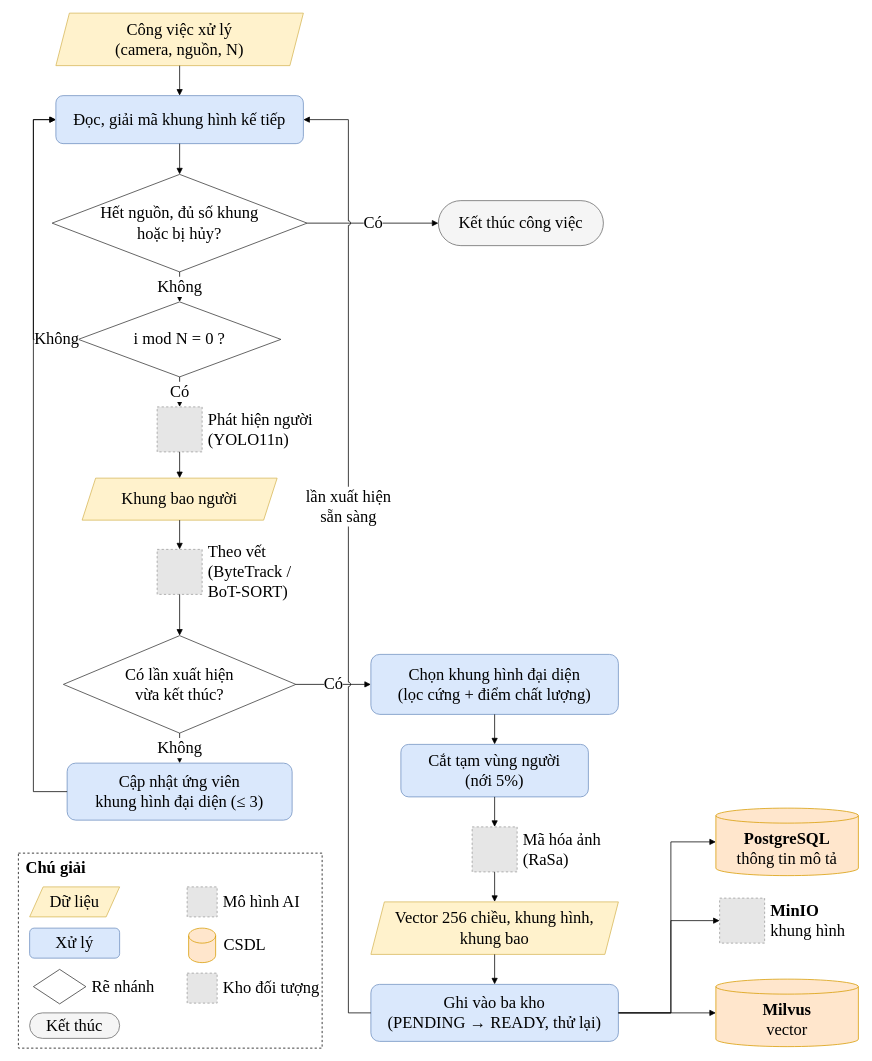
huy-nguyencong/capstone_project_new keeps this draw.io diagram as report/thesis/figures/H3-luu-do-xu-ly-camera.drawio. Above is the earlier version. Source tidied: cells renumbered, new cells numbered last; positions are measured from the earlier drawing's top-left corner, leaving out a move shared by most shapes. Both pictures are drawn from the tidied source at 75%, with x=0, y=0 at pixel (18, 13). Pictures stored in the file or linked from it are replaced by grey dashed boxes.
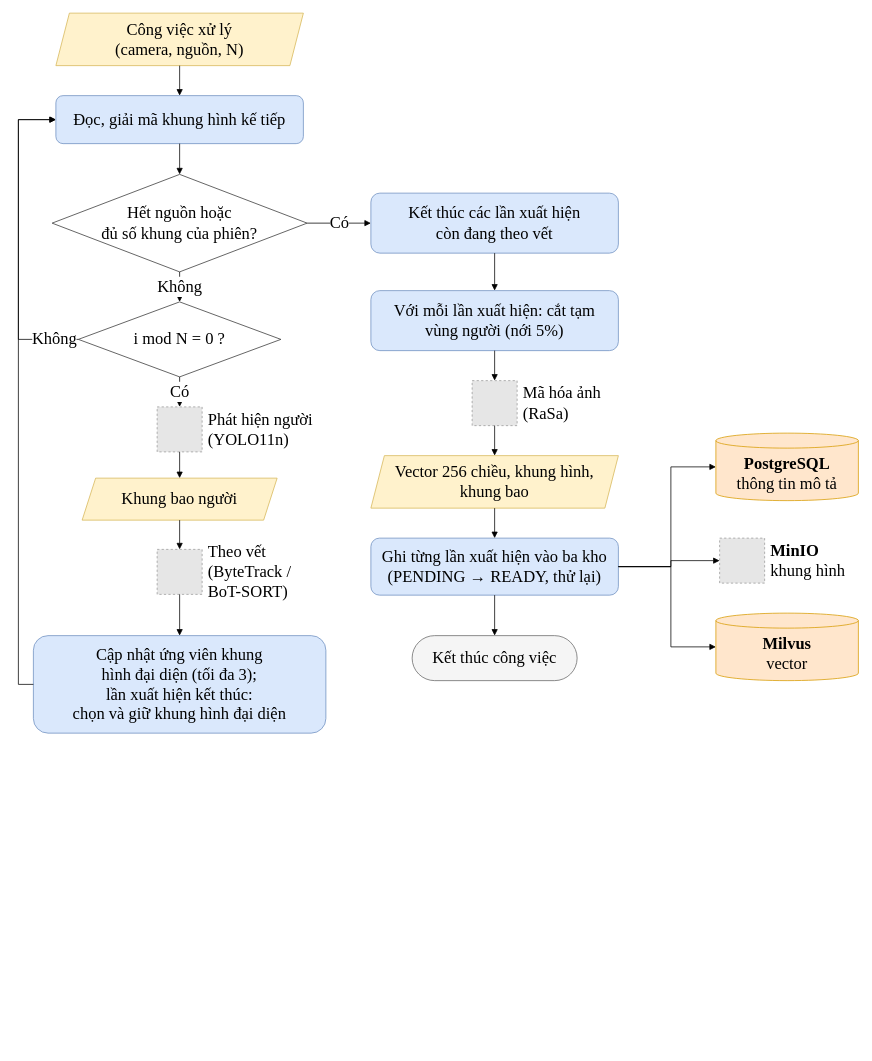
After the change.

Unchanged cells that the change refers to:
```xml
<mxCell id="3" value="Đọc, giải mã khung hình kế tiếp" style="rounded=1;whiteSpace=wrap;html=1;fillColor=#DAE8FC;strokeColor=#6C8EBF;fontFamily=Times New Roman;fontSize=22;" parent="1" vertex="1">
  <mxGeometry x="50" y="110" width="330" height="64" as="geometry" />
</mxCell>
<mxCell id="5" value="i mod N = 0 ?" style="rhombus;whiteSpace=wrap;html=1;fillColor=#FFFFFF;strokeColor=#333333;fontFamily=Times New Roman;fontSize=22;" parent="1" vertex="1">
  <mxGeometry x="80" y="385" width="270" height="100" as="geometry" />
</mxCell>
<mxCell id="8" value="Theo vết&lt;br&gt;(ByteTrack /&lt;br&gt;BoT-SORT)" style="fillColor=#E6E6E6;strokeColor=#999999;dashed=1;html=1;labelPosition=right;verticalLabelPosition=middle;align=left;verticalAlign=middle;spacingLeft=6;fontFamily=Times New Roman;fontSize=22;" parent="1" vertex="1">
  <mxGeometry x="185" y="715" width="60" height="60" as="geometry" />
</mxCell>
```

The edit, as a diff of the source:
```diff
@@
-    <mxCell id="4" value="Hết nguồn, đủ số khung&lt;br&gt;hoặc bị hủy?" style="rhombus;whiteSpace=wrap;html=1;fillColor=#FFFFFF;strokeColor=#333333;fontFamily=Times New Roman;fontSize=22;" parent="1" vertex="1">
+    <mxCell id="4" value="Hết nguồn hoặc&lt;br&gt;đủ số khung của phiên?" style="rhombus;whiteSpace=wrap;html=1;fillColor=#FFFFFF;strokeColor=#333333;fontFamily=Times New Roman;fontSize=22;" parent="1" vertex="1">
       <mxGeometry x="45" y="215" width="340" height="130" as="geometry" />
     </mxCell>
@@
-    <mxCell id="9" value="Có lần xuất hiện&lt;br&gt;vừa kết thúc?" style="rhombus;whiteSpace=wrap;html=1;fillColor=#FFFFFF;strokeColor=#333333;fontFamily=Times New Roman;fontSize=22;" parent="1" vertex="1">
-      <mxGeometry x="60" y="830" width="310" height="130" as="geometry" />
-    </mxCell>
-    <mxCell id="10" value="Cập nhật ứng viên&lt;br&gt;khung hình đại diện (≤ 3)" style="rounded=1;whiteSpace=wrap;html=1;fillColor=#DAE8FC;strokeColor=#6C8EBF;fontFamily=Times New Roman;fontSize=22;" parent="1" vertex="1">
-      <mxGeometry x="65" y="1000" width="300" height="76" as="geometry" />
+    <mxCell id="10" value="Cập nhật ứng viên khung&lt;br&gt;hình đại diện (tối đa 3);&lt;br&gt;lần xuất hiện kết thúc:&lt;br&gt;chọn và giữ khung hình đại diện" style="rounded=1;whiteSpace=wrap;html=1;fillColor=#DAE8FC;strokeColor=#6C8EBF;fontFamily=Times New Roman;fontSize=22;" parent="1" vertex="1">
+      <mxGeometry x="20" y="830" width="390" height="130" as="geometry" />
     </mxCell>
-    <mxCell id="11" value="Kết thúc công việc" style="rounded=1;arcSize=50;whiteSpace=wrap;html=1;fillColor=#F5F5F5;strokeColor=#666666;fontFamily=Times New Roman;fontSize=22;" parent="1" vertex="1">
-      <mxGeometry x="560" y="250" width="220" height="60" as="geometry" />
-    </mxCell>
+    <mxCell id="50" value="Kết thúc các lần xuất hiện&lt;br&gt;còn đang theo vết" style="rounded=1;whiteSpace=wrap;html=1;fillColor=#DAE8FC;strokeColor=#6C8EBF;fontFamily=Times New Roman;fontSize=22;" parent="1" vertex="1">
+      <mxGeometry x="470" y="240" width="330" height="80" as="geometry" />
+    </mxCell>
-    <mxCell id="12" value="Chọn khung hình đại diện&lt;br&gt;(lọc cứng + điểm chất lượng)" style="rounded=1;whiteSpace=wrap;html=1;fillColor=#DAE8FC;strokeColor=#6C8EBF;fontFamily=Times New Roman;fontSize=22;" parent="1" vertex="1">
-      <mxGeometry x="470" y="855" width="330" height="80" as="geometry" />
+    <mxCell id="12" value="Với mỗi lần xuất hiện: cắt tạm&lt;br&gt;vùng người (nới 5%)" style="rounded=1;whiteSpace=wrap;html=1;fillColor=#DAE8FC;strokeColor=#6C8EBF;fontFamily=Times New Roman;fontSize=22;" parent="1" vertex="1">
+      <mxGeometry x="470" y="370" width="330" height="80" as="geometry" />
     </mxCell>
-    <mxCell id="13" value="Cắt tạm vùng người&lt;br&gt;(nới 5%)" style="rounded=1;whiteSpace=wrap;html=1;fillColor=#DAE8FC;strokeColor=#6C8EBF;fontFamily=Times New Roman;fontSize=22;" parent="1" vertex="1">
-      <mxGeometry x="510" y="975" width="250" height="70" as="geometry" />
-    </mxCell>
     <mxCell id="14" value="Mã hóa ảnh&lt;br&gt;(RaSa)" style="fillColor=#E6E6E6;strokeColor=#999999;dashed=1;html=1;labelPosition=right;verticalLabelPosition=middle;align=left;verticalAlign=middle;spacingLeft=6;fontFamily=Times New Roman;fontSize=22;" parent="1" vertex="1">
-      <mxGeometry x="605" y="1085" width="60" height="60" as="geometry" />
+      <mxGeometry x="605" y="490" width="60" height="60" as="geometry" />
     </mxCell>
     <mxCell id="15" value="Vector 256 chiều, khung hình,&lt;br&gt;khung bao" style="shape=parallelogram;perimeter=parallelogramPerimeter;whiteSpace=wrap;html=1;fixedSize=1;size=18;fillColor=#FFF2CC;strokeColor=#D6B656;fontFamily=Times New Roman;fontSize=22;" parent="1" vertex="1">
-      <mxGeometry x="470" y="1185" width="330" height="70" as="geometry" />
+      <mxGeometry x="470" y="590" width="330" height="70" as="geometry" />
     </mxCell>
-    <mxCell id="16" value="Ghi vào ba kho&lt;br&gt;(PENDING → READY, thử lại)" style="rounded=1;whiteSpace=wrap;html=1;fillColor=#DAE8FC;strokeColor=#6C8EBF;fontFamily=Times New Roman;fontSize=22;" parent="1" vertex="1">
-      <mxGeometry x="470" y="1295" width="330" height="76" as="geometry" />
+    <mxCell id="16" value="Ghi từng lần xuất hiện vào ba kho&lt;br&gt;(PENDING → READY, thử lại)" style="rounded=1;whiteSpace=wrap;html=1;fillColor=#DAE8FC;strokeColor=#6C8EBF;fontFamily=Times New Roman;fontSize=22;" parent="1" vertex="1">
+      <mxGeometry x="470" y="700" width="330" height="76" as="geometry" />
     </mxCell>
+    <mxCell id="11" value="Kết thúc công việc" style="rounded=1;arcSize=50;whiteSpace=wrap;html=1;fillColor=#F5F5F5;strokeColor=#666666;fontFamily=Times New Roman;fontSize=22;" parent="1" vertex="1">
+      <mxGeometry x="525" y="830" width="220" height="60" as="geometry" />
+    </mxCell>
     <mxCell id="17" value="&lt;b&gt;PostgreSQL&lt;/b&gt;&lt;br&gt;thông tin mô tả" style="shape=cylinder3;whiteSpace=wrap;html=1;boundedLbl=1;size=10;fillColor=#FFE6CC;strokeColor=#D79B00;fontFamily=Times New Roman;fontSize=22;" parent="1" vertex="1">
-      <mxGeometry x="930" y="1060" width="190" height="90" as="geometry" />
+      <mxGeometry x="930" y="560" width="190" height="90" as="geometry" />
     </mxCell>
     <mxCell id="18" value="&lt;b&gt;MinIO&lt;/b&gt;&lt;br&gt;khung hình" style="fillColor=#E6E6E6;strokeColor=#999999;dashed=1;html=1;labelPosition=right;verticalLabelPosition=middle;align=left;verticalAlign=middle;spacingLeft=6;fontFamily=Times New Roman;fontSize=22;" parent="1" vertex="1">
-      <mxGeometry x="935" y="1180" width="60" height="60" as="geometry" />
+      <mxGeometry x="935" y="700" width="60" height="60" as="geometry" />
     </mxCell>
     <mxCell id="19" value="&lt;b&gt;Milvus&lt;/b&gt;&lt;br&gt;vector" style="shape=cylinder3;whiteSpace=wrap;html=1;boundedLbl=1;size=10;fillColor=#FFE6CC;strokeColor=#D79B00;fontFamily=Times New Roman;fontSize=22;" parent="1" vertex="1">
-      <mxGeometry x="930" y="1288" width="190" height="90" as="geometry" />
+      <mxGeometry x="930" y="800" width="190" height="90" as="geometry" />
     </mxCell>
@@
-    <mxCell id="22" value="Có" style="endArrow=block;endFill=1;html=1;rounded=0;edgeStyle=orthogonalEdgeStyle;labelBackgroundColor=#ffffff;jumpStyle=arc;exitX=1;exitY=0.5;exitDx=0;exitDy=0;entryX=0;entryY=0.5;entryDx=0;entryDy=0;fontFamily=Times New Roman;fontSize=22;" parent="1" edge="1" source="4" target="11">
+    <mxCell id="22" value="Có" style="endArrow=block;endFill=1;html=1;rounded=0;edgeStyle=orthogonalEdgeStyle;labelBackgroundColor=#ffffff;jumpStyle=arc;exitX=1;exitY=0.5;exitDx=0;exitDy=0;entryX=0;entryY=0.5;entryDx=0;entryDy=0;fontFamily=Times New Roman;fontSize=22;" parent="1" edge="1" source="4" target="50">
       <mxGeometry relative="1" as="geometry" />
     </mxCell>
@@
     <mxCell id="24" value="Không" style="endArrow=block;endFill=1;html=1;rounded=0;edgeStyle=orthogonalEdgeStyle;labelBackgroundColor=#ffffff;jumpStyle=arc;exitX=0;exitY=0.5;exitDx=0;exitDy=0;entryX=0;entryY=0.5;entryDx=0;entryDy=0;fontFamily=Times New Roman;fontSize=22;" parent="1" edge="1" source="5" target="3">
       <mxGeometry x="-0.85" relative="1" as="geometry">
         <Array as="points">
-          <mxPoint x="20" y="435" />
-          <mxPoint x="20" y="142" />
+          <mxPoint y="435" />
+          <mxPoint y="142" />
         </Array>
       </mxGeometry>
     </mxCell>
@@
-    <mxCell id="28" style="endArrow=block;endFill=1;html=1;rounded=0;edgeStyle=orthogonalEdgeStyle;labelBackgroundColor=#ffffff;jumpStyle=arc;exitX=0.5;exitY=1;exitDx=0;exitDy=0;entryX=0.5;entryY=0;entryDx=0;entryDy=0;fontFamily=Times New Roman;fontSize=22;" parent="1" edge="1" source="8" target="9">
+    <mxCell id="28" style="endArrow=block;endFill=1;html=1;rounded=0;edgeStyle=orthogonalEdgeStyle;labelBackgroundColor=#ffffff;jumpStyle=arc;exitX=0.5;exitY=1;exitDx=0;exitDy=0;entryX=0.5;entryY=0;entryDx=0;entryDy=0;fontFamily=Times New Roman;fontSize=22;" parent="1" edge="1" source="8" target="10">
       <mxGeometry relative="1" as="geometry" />
     </mxCell>
-    <mxCell id="29" value="Không" style="endArrow=block;endFill=1;html=1;rounded=0;edgeStyle=orthogonalEdgeStyle;labelBackgroundColor=#ffffff;jumpStyle=arc;exitX=0.5;exitY=1;exitDx=0;exitDy=0;entryX=0.5;entryY=0;entryDx=0;entryDy=0;fontFamily=Times New Roman;fontSize=22;" parent="1" edge="1" source="9" target="10">
-      <mxGeometry relative="1" as="geometry" />
+    <mxCell id="29" style="endArrow=block;endFill=1;html=1;rounded=0;edgeStyle=orthogonalEdgeStyle;labelBackgroundColor=#ffffff;jumpStyle=arc;exitX=0;exitY=0.5;exitDx=0;exitDy=0;entryX=0;entryY=0.5;entryDx=0;entryDy=0;fontFamily=Times New Roman;fontSize=22;" parent="1" edge="1" source="10" target="3">
+      <mxGeometry relative="1" as="geometry">
+        <Array as="points">
+          <mxPoint y="895" />
+          <mxPoint y="142" />
+        </Array>
+      </mxGeometry>
     </mxCell>
-    <mxCell id="30" style="endArrow=block;endFill=1;html=1;rounded=0;edgeStyle=orthogonalEdgeStyle;labelBackgroundColor=#ffffff;jumpStyle=arc;exitX=0;exitY=0.5;exitDx=0;exitDy=0;entryX=0;entryY=0.5;entryDx=0;entryDy=0;fontFamily=Times New Roman;fontSize=22;" parent="1" edge="1" source="10" target="3">
-      <mxGeometry relative="1" as="geometry">
-        <Array as="points">
-          <mxPoint x="20" y="1038" />
-          <mxPoint x="20" y="142" />
-        </Array>
-      </mxGeometry>
+    <mxCell id="30" style="endArrow=block;endFill=1;html=1;rounded=0;edgeStyle=orthogonalEdgeStyle;labelBackgroundColor=#ffffff;jumpStyle=arc;exitX=0.5;exitY=1;exitDx=0;exitDy=0;entryX=0.5;entryY=0;entryDx=0;entryDy=0;fontFamily=Times New Roman;fontSize=22;" parent="1" edge="1" source="50" target="12">
+      <mxGeometry relative="1" as="geometry" />
     </mxCell>
-    <mxCell id="31" value="Có" style="endArrow=block;endFill=1;html=1;rounded=0;edgeStyle=orthogonalEdgeStyle;labelBackgroundColor=#ffffff;jumpStyle=arc;exitX=1;exitY=0.5;exitDx=0;exitDy=0;entryX=0;entryY=0.5;entryDx=0;entryDy=0;fontFamily=Times New Roman;fontSize=22;" parent="1" edge="1" source="9" target="12">
+    <mxCell id="31" style="endArrow=block;endFill=1;html=1;rounded=0;edgeStyle=orthogonalEdgeStyle;labelBackgroundColor=#ffffff;jumpStyle=arc;exitX=0.5;exitY=1;exitDx=0;exitDy=0;entryX=0.5;entryY=0;entryDx=0;entryDy=0;fontFamily=Times New Roman;fontSize=22;" parent="1" edge="1" source="12" target="14">
       <mxGeometry relative="1" as="geometry" />
     </mxCell>
-    <mxCell id="32" style="endArrow=block;endFill=1;html=1;rounded=0;edgeStyle=orthogonalEdgeStyle;labelBackgroundColor=#ffffff;jumpStyle=arc;exitX=0.5;exitY=1;exitDx=0;exitDy=0;entryX=0.5;entryY=0;entryDx=0;entryDy=0;fontFamily=Times New Roman;fontSize=22;" parent="1" edge="1" source="12" target="13">
+    <mxCell id="32" style="endArrow=block;endFill=1;html=1;rounded=0;edgeStyle=orthogonalEdgeStyle;labelBackgroundColor=#ffffff;jumpStyle=arc;exitX=0.5;exitY=1;exitDx=0;exitDy=0;entryX=0.5;entryY=0;entryDx=0;entryDy=0;fontFamily=Times New Roman;fontSize=22;" parent="1" edge="1" source="14" target="15">
       <mxGeometry relative="1" as="geometry" />
     </mxCell>
-    <mxCell id="33" style="endArrow=block;endFill=1;html=1;rounded=0;edgeStyle=orthogonalEdgeStyle;labelBackgroundColor=#ffffff;jumpStyle=arc;exitX=0.5;exitY=1;exitDx=0;exitDy=0;entryX=0.5;entryY=0;entryDx=0;entryDy=0;fontFamily=Times New Roman;fontSize=22;" parent="1" edge="1" source="13" target="14">
+    <mxCell id="33" style="endArrow=block;endFill=1;html=1;rounded=0;edgeStyle=orthogonalEdgeStyle;labelBackgroundColor=#ffffff;jumpStyle=arc;exitX=0.5;exitY=1;exitDx=0;exitDy=0;entryX=0.5;entryY=0;entryDx=0;entryDy=0;fontFamily=Times New Roman;fontSize=22;" parent="1" edge="1" source="15" target="16">
       <mxGeometry relative="1" as="geometry" />
     </mxCell>
-    <mxCell id="34" style="endArrow=block;endFill=1;html=1;rounded=0;edgeStyle=orthogonalEdgeStyle;labelBackgroundColor=#ffffff;jumpStyle=arc;exitX=0.5;exitY=1;exitDx=0;exitDy=0;entryX=0.5;entryY=0;entryDx=0;entryDy=0;fontFamily=Times New Roman;fontSize=22;" parent="1" edge="1" source="14" target="15">
+    <mxCell id="34" style="endArrow=block;endFill=1;html=1;rounded=0;edgeStyle=orthogonalEdgeStyle;labelBackgroundColor=#ffffff;jumpStyle=arc;exitX=0.5;exitY=1;exitDx=0;exitDy=0;entryX=0.5;entryY=0;entryDx=0;entryDy=0;fontFamily=Times New Roman;fontSize=22;" parent="1" edge="1" source="16" target="11">
       <mxGeometry relative="1" as="geometry" />
     </mxCell>
-    <mxCell id="35" style="endArrow=block;endFill=1;html=1;rounded=0;edgeStyle=orthogonalEdgeStyle;labelBackgroundColor=#ffffff;jumpStyle=arc;exitX=0.5;exitY=1;exitDx=0;exitDy=0;entryX=0.5;entryY=0;entryDx=0;entryDy=0;fontFamily=Times New Roman;fontSize=22;" parent="1" edge="1" source="15" target="16">
-      <mxGeometry relative="1" as="geometry" />
+    <mxCell id="35" style="endArrow=block;endFill=1;html=1;rounded=0;edgeStyle=orthogonalEdgeStyle;labelBackgroundColor=#ffffff;jumpStyle=arc;exitX=1;exitY=0.5;exitDx=0;exitDy=0;entryX=0;entryY=0.5;entryDx=0;entryDy=0;fontFamily=Times New Roman;fontSize=22;" parent="1" edge="1" source="16" target="17">
+      <mxGeometry relative="1" as="geometry">
+        <Array as="points">
+          <mxPoint x="870" y="738" />
+          <mxPoint x="870" y="605" />
+        </Array>
+      </mxGeometry>
     </mxCell>
-    <mxCell id="36" style="endArrow=block;endFill=1;html=1;rounded=0;edgeStyle=orthogonalEdgeStyle;labelBackgroundColor=#ffffff;jumpStyle=arc;exitX=1;exitY=0.5;exitDx=0;exitDy=0;entryX=0;entryY=0.5;entryDx=0;entryDy=0;fontFamily=Times New Roman;fontSize=22;" parent="1" edge="1" source="16" target="17">
+    <mxCell id="36" style="endArrow=block;endFill=1;html=1;rounded=0;edgeStyle=orthogonalEdgeStyle;labelBackgroundColor=#ffffff;jumpStyle=arc;exitX=1;exitY=0.5;exitDx=0;exitDy=0;entryX=0;entryY=0.5;entryDx=0;entryDy=0;fontFamily=Times New Roman;fontSize=22;" parent="1" edge="1" source="16" target="18">
       <mxGeometry relative="1" as="geometry">
         <Array as="points">
-          <mxPoint x="870" y="1333" />
-          <mxPoint x="870" y="1105" />
+          <mxPoint x="870" y="738" />
+          <mxPoint x="870" y="730" />
         </Array>
       </mxGeometry>
     </mxCell>
-    <mxCell id="37" style="endArrow=block;endFill=1;html=1;rounded=0;edgeStyle=orthogonalEdgeStyle;labelBackgroundColor=#ffffff;jumpStyle=arc;exitX=1;exitY=0.5;exitDx=0;exitDy=0;entryX=0;entryY=0.5;entryDx=0;entryDy=0;fontFamily=Times New Roman;fontSize=22;" parent="1" edge="1" source="16" target="18">
+    <mxCell id="37" style="endArrow=block;endFill=1;html=1;rounded=0;edgeStyle=orthogonalEdgeStyle;labelBackgroundColor=#ffffff;jumpStyle=arc;exitX=1;exitY=0.5;exitDx=0;exitDy=0;entryX=0;entryY=0.5;entryDx=0;entryDy=0;fontFamily=Times New Roman;fontSize=22;" parent="1" edge="1" source="16" target="19">
       <mxGeometry relative="1" as="geometry">
         <Array as="points">
-          <mxPoint x="870" y="1333" />
-          <mxPoint x="870" y="1210" />
+          <mxPoint x="870" y="738" />
+          <mxPoint x="870" y="845" />
         </Array>
       </mxGeometry>
     </mxCell>
-    <mxCell id="38" style="endArrow=block;endFill=1;html=1;rounded=0;edgeStyle=orthogonalEdgeStyle;labelBackgroundColor=#ffffff;jumpStyle=arc;exitX=1;exitY=0.5;exitDx=0;exitDy=0;entryX=0;entryY=0.5;entryDx=0;entryDy=0;fontFamily=Times New Roman;fontSize=22;" parent="1" edge="1" source="16" target="19">
-      <mxGeometry relative="1" as="geometry" />
-    </mxCell>
-    <mxCell id="39" value="lần xuất hiện&lt;br&gt;sẵn sàng" style="endArrow=block;endFill=1;html=1;rounded=0;edgeStyle=orthogonalEdgeStyle;labelBackgroundColor=#ffffff;jumpStyle=arc;exitX=0;exitY=0.5;exitDx=0;exitDy=0;entryX=1;entryY=0.5;entryDx=0;entryDy=0;fontFamily=Times New Roman;fontSize=22;" parent="1" edge="1" source="16" target="3">
-      <mxGeometry x="0.1" relative="1" as="geometry">
-        <Array as="points">
-          <mxPoint x="440" y="1333" />
-          <mxPoint x="440" y="142" />
-        </Array>
-      </mxGeometry>
-    </mxCell>
-    <mxCell id="40" value="Chú giải" style="rounded=0;whiteSpace=wrap;html=1;dashed=1;fillColor=none;verticalAlign=top;align=left;spacingLeft=8;fontStyle=1;fontFamily=Times New Roman;fontSize=22;" parent="1" vertex="1">
-      <mxGeometry y="1120" width="405" height="260" as="geometry" />
-    </mxCell>
-    <mxCell id="41" value="Dữ liệu" style="shape=parallelogram;perimeter=parallelogramPerimeter;whiteSpace=wrap;html=1;fixedSize=1;size=18;fillColor=#FFF2CC;strokeColor=#D6B656;fontFamily=Times New Roman;fontSize=22;" parent="1" vertex="1">
-      <mxGeometry x="15" y="1165" width="120" height="40" as="geometry" />
-    </mxCell>
-    <mxCell id="42" value="Xử lý" style="rounded=1;whiteSpace=wrap;html=1;fillColor=#DAE8FC;strokeColor=#6C8EBF;fontFamily=Times New Roman;fontSize=22;" parent="1" vertex="1">
-      <mxGeometry x="15" y="1220" width="120" height="40" as="geometry" />
-    </mxCell>
-    <mxCell id="43" style="rhombus;whiteSpace=wrap;html=1;fillColor=#FFFFFF;strokeColor=#333333;fontFamily=Times New Roman;fontSize=22;" parent="1" vertex="1">
-      <mxGeometry x="20" y="1275" width="70" height="46" as="geometry" />
-    </mxCell>
-    <mxCell id="44" value="Rẽ nhánh" style="text;html=1;align=left;verticalAlign=middle;whiteSpace=wrap;fontFamily=Times New Roman;fontSize=22;" parent="1" vertex="1">
-      <mxGeometry x="96" y="1283" width="110" height="30" as="geometry" />
-    </mxCell>
-    <mxCell id="45" value="Kết thúc" style="rounded=1;arcSize=50;whiteSpace=wrap;html=1;fillColor=#F5F5F5;strokeColor=#666666;fontFamily=Times New Roman;fontSize=22;" parent="1" vertex="1">
-      <mxGeometry x="15" y="1333" width="120" height="34" as="geometry" />
-    </mxCell>
-    <mxCell id="46" value="Mô hình AI" style="fillColor=#E6E6E6;strokeColor=#999999;dashed=1;html=1;labelPosition=right;verticalLabelPosition=middle;align=left;verticalAlign=middle;spacingLeft=6;fontFamily=Times New Roman;fontSize=22;" parent="1" vertex="1">
-      <mxGeometry x="225" y="1165" width="40" height="40" as="geometry" />
-    </mxCell>
-    <mxCell id="47" style="shape=cylinder3;whiteSpace=wrap;html=1;boundedLbl=1;size=10;fillColor=#FFE6CC;strokeColor=#D79B00;fontFamily=Times New Roman;fontSize=22;" parent="1" vertex="1">
-      <mxGeometry x="227" y="1220" width="36" height="46" as="geometry" />
-    </mxCell>
-    <mxCell id="48" value="CSDL" style="text;html=1;align=left;verticalAlign=middle;whiteSpace=wrap;fontFamily=Times New Roman;fontSize=22;" parent="1" vertex="1">
-      <mxGeometry x="272" y="1228" width="100" height="30" as="geometry" />
-    </mxCell>
-    <mxCell id="49" value="Kho đối tượng" style="fillColor=#E6E6E6;strokeColor=#999999;dashed=1;html=1;labelPosition=right;verticalLabelPosition=middle;align=left;verticalAlign=middle;spacingLeft=6;fontFamily=Times New Roman;fontSize=22;" parent="1" vertex="1">
-      <mxGeometry x="225" y="1280" width="40" height="40" as="geometry" />
-    </mxCell>
```
